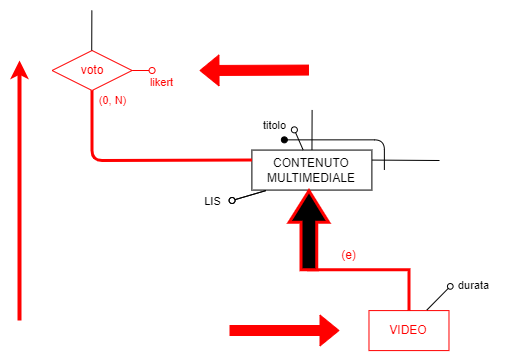
Mattron2000/Basi_di_dati keeps this draw.io diagram as Progetto Esame - DBSperimentazioni A.A. 2023-2024/Immagini/ridondanze/2.3.1.1_schema1a.png. Above is the earlier version. Source tidied: cells renumbered, new cells last; positions are measured from the earlier drawing's top-left corner, leaving out a move shared by most shapes.
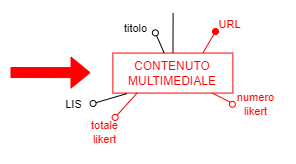
The same diagram one commit later.

Diff of the diagram source:
```diff
@@ -2,135 +2,67 @@
   <root>
     <mxCell id="0" />
     <mxCell id="1" parent="0" />
-    <mxCell id="2" style="edgeStyle=none;html=1;endArrow=none;endFill=0;" parent="1" edge="1" target="4">
-      <mxGeometry x="-0.48" y="20" relative="1" as="geometry">
-        <mxPoint x="292.6" y="99.5" as="sourcePoint" />
-      </mxGeometry>
-    </mxCell>
-    <mxCell id="3" style="edgeStyle=none;html=1;exitX=1;exitY=0.25;exitDx=0;exitDy=0;endArrow=none;endFill=0;" parent="1" edge="1" source="4">
-      <mxGeometry relative="1" as="geometry">
-        <mxPoint x="420" y="150" as="targetPoint" />
-      </mxGeometry>
-    </mxCell>
+    <mxCell id="28" style="edgeStyle=none;html=1;endArrow=none;endFill=0;" parent="1" edge="1" target="4">
+      <mxGeometry x="-0.48" y="20" relative="1" as="geometry">
+        <mxPoint x="292.6" y="99.5" as="sourcePoint" />
+      </mxGeometry>
+    </mxCell>
-    <mxCell id="4" value="CONTENUTO&lt;br&gt;MULTIMEDIALE" style="rounded=0;whiteSpace=wrap;html=1;strokeColor=#000000;" parent="1" vertex="1">
+    <mxCell id="4" value="&lt;font color=&quot;#ff0000&quot;&gt;CONTENUTO&lt;br&gt;MULTIMEDIALE&lt;/font&gt;" style="rounded=0;whiteSpace=wrap;html=1;strokeColor=#FF0000;" parent="1" vertex="1">
       <mxGeometry x="232.4" y="139.6" width="120" height="40" as="geometry" />
     </mxCell>
-    <mxCell id="5" style="endArrow=oval;html=1;fillStyle=auto;strokeWidth=1;startSize=6;endSize=6;fillColor=#000000;startArrow=none;startFill=0;endFill=0;" parent="1" edge="1" source="4">
-      <mxGeometry relative="1" as="geometry">
-        <mxPoint x="274.9" y="119.4" as="targetPoint" />
-      </mxGeometry>
-    </mxCell>
+    <mxCell id="29" style="endArrow=oval;html=1;fillStyle=auto;strokeWidth=1;startSize=6;endSize=6;fillColor=#000000;startArrow=none;startFill=0;endFill=0;strokeColor=#000000;" parent="1" edge="1" source="4">
+      <mxGeometry relative="1" as="geometry">
+        <mxPoint x="274.9" y="119.4" as="targetPoint" />
+      </mxGeometry>
+    </mxCell>
-    <mxCell id="6" value="titolo" style="edgeLabel;html=1;align=center;verticalAlign=middle;" parent="5" vertex="1">
+    <mxCell id="6" value="titolo" style="edgeLabel;html=1;align=center;verticalAlign=middle;" parent="29" vertex="1">
       <mxGeometry x="0.48" y="1" relative="1" as="geometry">
         <mxPoint x="-21" y="-10" as="offset" />
       </mxGeometry>
     </mxCell>
-    <mxCell id="7" style="endArrow=oval;html=1;fillStyle=auto;strokeWidth=1;startSize=6;endSize=6;fillColor=#000000;startArrow=none;startFill=0;endFill=0;exitX=0.117;exitY=1.013;exitDx=0;exitDy=0;exitPerimeter=0;" parent="1" edge="1" source="4">
-      <mxGeometry relative="1" as="geometry">
-        <mxPoint x="212.6" y="190" as="targetPoint" />
-      </mxGeometry>
-    </mxCell>
-    <mxCell id="8" value="LIS" style="edgeLabel;html=1;align=center;verticalAlign=middle;" parent="7" vertex="1">
-      <mxGeometry x="0.48" y="1" relative="1" as="geometry">
-        <mxPoint x="-29" y="2" as="offset" />
-      </mxGeometry>
-    </mxCell>
-    <mxCell id="9" style="endArrow=oval;html=1;fillStyle=auto;strokeWidth=1;startSize=6;endSize=6;fillColor=#000000;startArrow=none;startFill=0;endFill=1;" parent="1" edge="1">
-      <mxGeometry relative="1" as="geometry">
-        <mxPoint x="364.9" y="159.3" as="sourcePoint" />
-        <mxPoint x="264.9" y="129.3" as="targetPoint" />
-        <Array as="points">
-          <mxPoint x="364.9" y="129.3" />
-        </Array>
-      </mxGeometry>
-    </mxCell>
-    <mxCell id="10" style="edgeStyle=none;jumpStyle=arc;html=1;exitX=0.5;exitY=1;exitDx=0;exitDy=0;entryX=0;entryY=0.25;entryDx=0;entryDy=0;endArrow=none;endFill=0;strokeColor=#FF0000;strokeWidth=3;" parent="1" edge="1" source="12" target="4">
-      <mxGeometry relative="1" as="geometry">
-        <Array as="points">
-          <mxPoint x="72.6" y="150" />
-        </Array>
-      </mxGeometry>
-    </mxCell>
-    <mxCell id="11" value="&lt;font color=&quot;#ff0000&quot;&gt;(0, N)&lt;/font&gt;" style="edgeLabel;html=1;align=center;verticalAlign=middle;strokeColor=#FF0000;" parent="10" vertex="1">
-      <mxGeometry x="-0.9" relative="1" as="geometry">
-        <mxPoint x="20" y="-2" as="offset" />
-      </mxGeometry>
-    </mxCell>
-    <mxCell id="12" value="&lt;font color=&quot;#ff0000&quot;&gt;voto&lt;/font&gt;" style="rhombus;whiteSpace=wrap;html=1;strokeColor=#FF0000;" parent="1" vertex="1">
-      <mxGeometry x="32.6" y="40" width="80" height="40" as="geometry" />
-    </mxCell>
-    <mxCell id="13" style="endArrow=oval;html=1;fillStyle=auto;strokeWidth=1;startSize=6;endSize=6;fillColor=#000000;startArrow=none;startFill=0;endFill=0;strokeColor=#FF0000;" parent="1" edge="1" source="12">
-      <mxGeometry relative="1" as="geometry">
-        <mxPoint x="132.6" y="60" as="targetPoint" />
-      </mxGeometry>
-    </mxCell>
-    <mxCell id="14" value="&lt;font color=&quot;#ff0000&quot;&gt;likert&lt;/font&gt;" style="edgeLabel;html=1;align=center;verticalAlign=middle;strokeColor=#FF0000;" parent="13" vertex="1">
-      <mxGeometry x="0.48" y="1" relative="1" as="geometry">
-        <mxPoint x="15" y="13" as="offset" />
-      </mxGeometry>
-    </mxCell>
-    <mxCell id="15" style="edgeStyle=none;html=1;endArrow=none;endFill=0;" parent="1" edge="1">
-      <mxGeometry x="-0.48" y="20" relative="1" as="geometry">
-        <mxPoint x="72.4" y="-0.1" as="sourcePoint" />
-        <mxPoint x="72.2" y="40" as="targetPoint" />
-      </mxGeometry>
-    </mxCell>
-    <mxCell id="16" style="endArrow=oval;html=1;fillStyle=auto;strokeWidth=1;startSize=6;endSize=6;fillColor=#000000;startArrow=none;startFill=0;endFill=0;exitX=0.117;exitY=1.013;exitDx=0;exitDy=0;exitPerimeter=0;" parent="1" edge="1">
-      <mxGeometry relative="1" as="geometry">
-        <mxPoint x="246.4" y="180.1" as="sourcePoint" />
-        <mxPoint x="212.6" y="190" as="targetPoint" />
-      </mxGeometry>
-    </mxCell>
-    <mxCell id="17" value="LIS" style="edgeLabel;html=1;align=center;verticalAlign=middle;" parent="16" vertex="1">
-      <mxGeometry x="0.48" y="1" relative="1" as="geometry">
-        <mxPoint x="-29" y="2" as="offset" />
-      </mxGeometry>
-    </mxCell>
-    <mxCell id="18" style="edgeStyle=elbowEdgeStyle;elbow=vertical;html=1;exitX=0.5;exitY=1;exitDx=0;exitDy=0;entryX=0.5;entryY=0;entryDx=0;entryDy=0;endArrow=none;endFill=0;rounded=0;jumpStyle=arc;strokeColor=#FF0000;strokeWidth=3;" parent="1" edge="1" target="19">
-      <mxGeometry relative="1" as="geometry">
-        <mxPoint x="289.5" y="179.6" as="sourcePoint" />
-        <Array as="points">
-          <mxPoint x="340" y="259.3" />
-        </Array>
-      </mxGeometry>
-    </mxCell>
-    <mxCell id="19" value="&lt;font color=&quot;#ff0000&quot;&gt;VIDEO&lt;/font&gt;" style="whiteSpace=wrap;html=1;strokeColor=#FF0000;" parent="1" vertex="1">
-      <mxGeometry x="349.5" y="300.1" width="80" height="40" as="geometry" />
-    </mxCell>
-    <mxCell id="20" style="shape=singleArrow;whiteSpace=wrap;html=1;arrowWidth=0.4;arrowSize=0.4;rotation=-90;fillColor=#000000;strokeColor=#FF0000;strokeWidth=3;" parent="1" vertex="1">
-      <mxGeometry x="250" y="200.1" width="78.9" height="39.3" as="geometry" />
-    </mxCell>
-    <mxCell id="21" value="&lt;font color=&quot;#ff0000&quot;&gt;(e)&lt;/font&gt;" style="text;html=1;align=center;verticalAlign=middle;strokeColor=none;fillColor=none;" parent="1" vertex="1">
-      <mxGeometry x="309.5" y="229.6" width="40" height="30" as="geometry" />
-    </mxCell>
-    <mxCell id="22" style="endArrow=none;html=1;strokeColor=#000000;entryX=0;entryY=1;entryDx=0;entryDy=0;" parent="1" edge="1" target="23">
-      <mxGeometry relative="1" as="geometry">
-        <mxPoint x="407.3" y="299.6" as="sourcePoint" />
-      </mxGeometry>
-    </mxCell>
-    <mxCell id="23" style="ellipse;whiteSpace=wrap;html=1;strokeColor=#000000;" parent="1" vertex="1">
-      <mxGeometry x="427.9" y="273" width="5.7" height="5.7" as="geometry" />
-    </mxCell>
-    <mxCell id="24" value="&lt;font style=&quot;font-size: 11px;&quot;&gt;durata&lt;/font&gt;" style="text;html=1;align=center;verticalAlign=middle;strokeColor=none;fillColor=none;" parent="1" vertex="1">
-      <mxGeometry x="429.5" y="259.6" width="50" height="30" as="geometry" />
-    </mxCell>
-    <mxCell id="25" style="shape=flexArrow;endArrow=classic;html=1;strokeColor=#FF0000;fontColor=#FF0000;fillColor=#FF0000;" parent="1" edge="1">
-      <mxGeometry relative="1" as="geometry">
-        <mxPoint x="210" y="320" as="sourcePoint" />
-        <mxPoint x="320" y="320" as="targetPoint" />
-      </mxGeometry>
-    </mxCell>
-    <mxCell id="26" style="endArrow=classic;html=1;strokeColor=#FF0000;fontColor=#FF0000;fillColor=#FF0000;strokeWidth=4;" parent="1" edge="1">
-      <mxGeometry relative="1" as="geometry">
-        <mxPoint y="310" as="sourcePoint" />
-        <mxPoint y="50" as="targetPoint" />
-      </mxGeometry>
-    </mxCell>
-    <mxCell id="27" style="shape=flexArrow;endArrow=classic;html=1;strokeColor=#FF0000;fontColor=#FF0000;fillColor=#FF0000;" parent="1" edge="1">
-      <mxGeometry relative="1" as="geometry">
-        <mxPoint x="289.5" y="59.6" as="sourcePoint" />
-        <mxPoint x="180" y="60" as="targetPoint" />
-      </mxGeometry>
-    </mxCell>
+    <mxCell id="30" style="endArrow=oval;html=1;fillStyle=auto;strokeWidth=1;startSize=6;endSize=6;fillColor=#000000;startArrow=none;startFill=0;endFill=0;exitX=0.117;exitY=1.013;exitDx=0;exitDy=0;exitPerimeter=0;" parent="1" edge="1" source="4">
+      <mxGeometry relative="1" as="geometry">
+        <mxPoint x="212.6" y="190" as="targetPoint" />
+      </mxGeometry>
+    </mxCell>
+    <mxCell id="31" value="LIS" style="edgeLabel;html=1;align=center;verticalAlign=middle;" parent="30" vertex="1">
+      <mxGeometry x="0.48" y="1" relative="1" as="geometry">
+        <mxPoint x="-29" y="2" as="offset" />
+      </mxGeometry>
+    </mxCell>
+    <mxCell id="32" style="endArrow=none;html=1;fontSize=11;exitX=0.193;exitY=1.011;exitDx=0;exitDy=0;exitPerimeter=0;entryX=0;entryY=0;entryDx=0;entryDy=0;strokeColor=#FF0000;" parent="1" edge="1" target="33">
+      <mxGeometry relative="1" as="geometry">
+        <mxPoint x="331.8" y="179.6" as="sourcePoint" />
+      </mxGeometry>
+    </mxCell>
+    <mxCell id="33" style="ellipse;whiteSpace=wrap;html=1;fontSize=11;strokeColor=#FF0000;" parent="1" vertex="1">
+      <mxGeometry x="348.9" y="187.8" width="5.9" height="5.9" as="geometry" />
+    </mxCell>
+    <mxCell id="34" value="&lt;font color=&quot;#ff0000&quot;&gt;numero &lt;br&gt;likert&lt;/font&gt;" style="text;html=1;align=center;verticalAlign=middle;strokeColor=none;fillColor=none;fontSize=11;" parent="1" vertex="1">
+      <mxGeometry x="344.6" y="170.8" width="60" height="40" as="geometry" />
+    </mxCell>
+    <mxCell id="35" style="shape=flexArrow;endArrow=classic;html=1;strokeColor=#FF0000;fontColor=#FF0000;fillColor=#FF0000;" parent="1" edge="1">
+      <mxGeometry relative="1" as="geometry">
+        <mxPoint x="130" y="159" as="sourcePoint" />
+        <mxPoint x="210" y="159.2" as="targetPoint" />
+      </mxGeometry>
+    </mxCell>
+    <mxCell id="36" value="&lt;font color=&quot;#ff0000&quot; style=&quot;font-size: 11px;&quot;&gt;URL&lt;/font&gt;" style="text;html=1;align=center;verticalAlign=middle;strokeColor=none;fillColor=none;" parent="1" vertex="1">
+      <mxGeometry x="328.9" y="97" width="40" height="27" as="geometry" />
+    </mxCell>
+    <mxCell id="37" style="endArrow=oval;html=1;fillStyle=auto;strokeWidth=1;startSize=6;endSize=6;fillColor=#000000;startArrow=none;startFill=0;endFill=0;fontSize=11;strokeColor=#FF0000;" parent="1" edge="1">
+      <mxGeometry relative="1" as="geometry">
+        <mxPoint x="257" y="179" as="sourcePoint" />
+        <mxPoint x="234.6" y="203.9" as="targetPoint" />
+      </mxGeometry>
+    </mxCell>
+    <mxCell id="38" value="&lt;font color=&quot;#ff0000&quot;&gt;totale&lt;br&gt;likert&lt;/font&gt;" style="text;html=1;align=center;verticalAlign=middle;strokeColor=none;fillColor=none;fontSize=11;" parent="1" vertex="1">
+      <mxGeometry x="199" y="199.4" width="50" height="40" as="geometry" />
+    </mxCell>
+    <mxCell id="39" style="endArrow=oval;html=1;fillStyle=auto;strokeWidth=1;startSize=6;endSize=6;fillColor=#000000;startArrow=none;startFill=0;endFill=1;fontColor=#FF0000;strokeColor=#FF0000;exitX=0.75;exitY=0;exitDx=0;exitDy=0;" parent="1" edge="1" source="4">
+      <mxGeometry relative="1" as="geometry">
+        <mxPoint x="335" y="118" as="targetPoint" />
+      </mxGeometry>
+    </mxCell>
   </root>
 </mxGraphModel>
```
